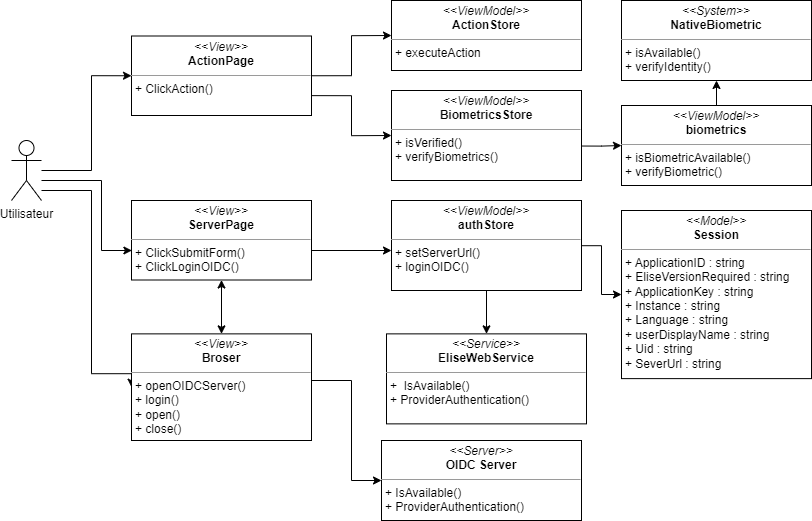
PFE-Neoledge-2023/rapport keeps this draw.io diagram as images_pfe/dcc_sprint5.png. Above is the earlier version. Source tidied: cells renumbered, new cells last; positions are measured from the earlier drawing's top-left corner, leaving out a move shared by most shapes.
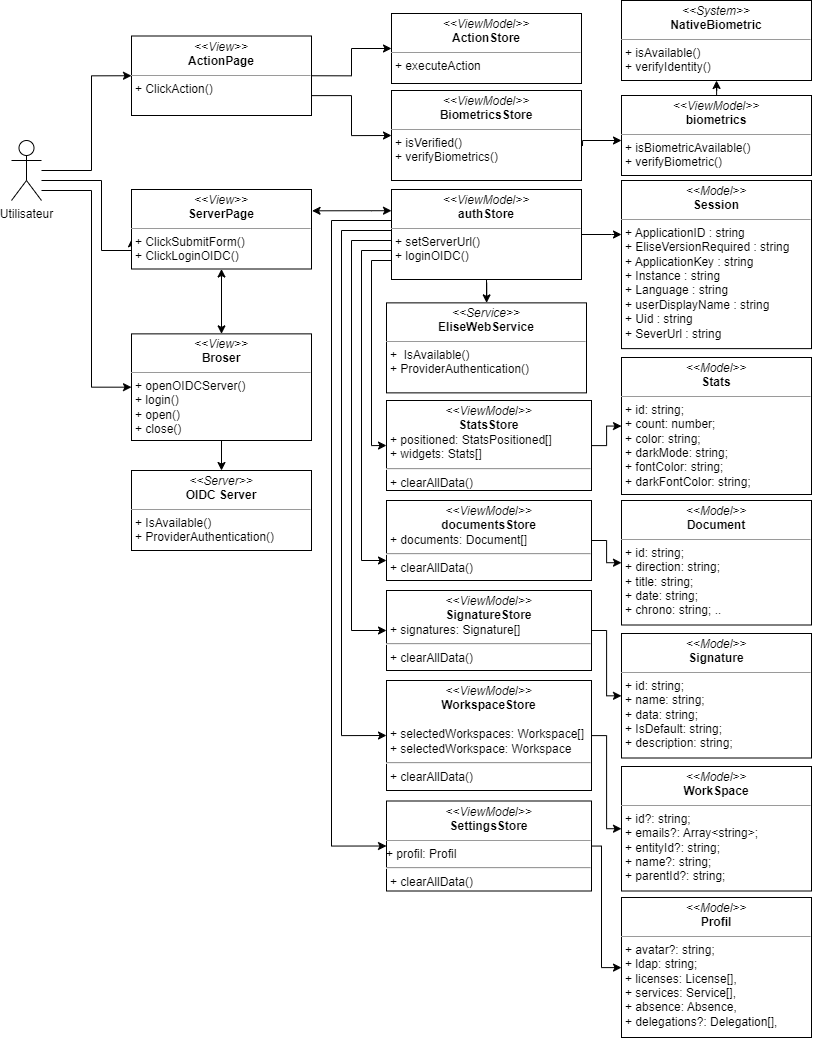
The same file after the commit.

The edit, as a diff of the source:
```diff
@@ -25,3 +25,3 @@
           <mxPoint x="80" y="190" />
-          <mxPoint x="80" y="373" />
+          <mxPoint x="80" y="387" />
         </Array>
@@ -32,6 +32,7 @@
     </mxCell>
-    <mxCell id="6" style="edgeStyle=orthogonalEdgeStyle;html=1;exitX=1;exitY=0.5;exitDx=0;exitDy=0;startArrow=none;startFill=0;endArrow=classic;endFill=1;rounded=0;" parent="1" edge="1" source="8" target="10">
+    <mxCell id="6" style="edgeStyle=orthogonalEdgeStyle;html=1;exitX=1.003;exitY=0.268;exitDx=0;exitDy=0;startArrow=classic;startFill=1;endArrow=classic;endFill=1;rounded=0;exitPerimeter=0;" parent="1" edge="1" source="8" target="10">
       <mxGeometry relative="1" as="geometry">
         <Array as="points">
-          <mxPoint x="300" y="250" />
+          <mxPoint x="360" y="210" />
+          <mxPoint x="360" y="210" />
         </Array>
@@ -43,12 +44,57 @@
     <mxCell id="8" value="&lt;p style=&quot;margin:0px;margin-top:4px;text-align:center;&quot;&gt;&lt;i&gt;&amp;lt;&amp;lt;View&amp;gt;&amp;gt;&lt;/i&gt;&lt;br&gt;&lt;b&gt;ServerPage&lt;/b&gt;&lt;/p&gt;&lt;hr style=&quot;border-color: var(--border-color);&quot; size=&quot;1&quot;&gt;&lt;p style=&quot;border-color: var(--border-color); margin: 0px 0px 0px 4px;&quot;&gt;+ ClickSubmitForm()&lt;br&gt;&lt;/p&gt;&lt;p style=&quot;border-color: var(--border-color); margin: 0px 0px 0px 4px;&quot;&gt;+ ClickLoginOIDC()&lt;/p&gt;&lt;p style=&quot;border-color: var(--border-color); margin: 0px 0px 0px 4px;&quot;&gt;&lt;br&gt;&lt;/p&gt;&lt;p style=&quot;border-color: var(--border-color); margin: 0px 0px 0px 4px;&quot;&gt;&lt;br&gt;&lt;/p&gt;" style="verticalAlign=top;align=left;overflow=fill;fontSize=12;fontFamily=Helvetica;html=1;whiteSpace=wrap;" parent="1" vertex="1">
-      <mxGeometry x="120" y="200" width="180" height="79.5" as="geometry" />
+      <mxGeometry x="120" y="189" width="180" height="79.5" as="geometry" />
     </mxCell>
     <mxCell id="9" style="edgeStyle=orthogonalEdgeStyle;rounded=0;jettySize=auto;html=1;startArrow=none;startFill=0;endArrow=classic;endFill=1;" parent="1" edge="1" source="10" target="11">
-      <mxGeometry relative="1" as="geometry" />
+      <mxGeometry relative="1" as="geometry">
+        <Array as="points">
+          <mxPoint x="600" y="234" />
+          <mxPoint x="600" y="234" />
+        </Array>
+      </mxGeometry>
     </mxCell>
+    <mxCell id="26" style="edgeStyle=orthogonalEdgeStyle;rounded=0;html=1;entryX=0;entryY=0.5;entryDx=0;entryDy=0;startArrow=none;startFill=0;endArrow=classic;endFill=1;" parent="1" edge="1" source="10" target="40">
+      <mxGeometry relative="1" as="geometry">
+        <Array as="points">
+          <mxPoint x="360" y="260" />
+          <mxPoint x="360" y="445" />
+        </Array>
+      </mxGeometry>
+    </mxCell>
+    <mxCell id="27" style="edgeStyle=orthogonalEdgeStyle;rounded=0;html=1;entryX=0;entryY=0.75;entryDx=0;entryDy=0;startArrow=none;startFill=0;endArrow=classic;endFill=1;" parent="1" edge="1" source="10" target="38">
+      <mxGeometry relative="1" as="geometry">
+        <Array as="points">
+          <mxPoint x="350" y="250" />
+          <mxPoint x="350" y="560" />
+        </Array>
+      </mxGeometry>
+    </mxCell>
+    <mxCell id="28" style="edgeStyle=orthogonalEdgeStyle;rounded=0;html=1;entryX=0;entryY=0.5;entryDx=0;entryDy=0;startArrow=none;startFill=0;endArrow=classic;endFill=1;" parent="1" edge="1" source="10" target="36">
+      <mxGeometry relative="1" as="geometry">
+        <Array as="points">
+          <mxPoint x="340" y="240" />
+          <mxPoint x="340" y="630" />
+        </Array>
+      </mxGeometry>
+    </mxCell>
+    <mxCell id="29" style="edgeStyle=orthogonalEdgeStyle;rounded=0;html=1;entryX=0;entryY=0.5;entryDx=0;entryDy=0;startArrow=none;startFill=0;endArrow=classic;endFill=1;" parent="1" edge="1" source="10" target="34">
+      <mxGeometry relative="1" as="geometry">
+        <Array as="points">
+          <mxPoint x="330" y="230" />
+          <mxPoint x="330" y="735" />
+        </Array>
+      </mxGeometry>
+    </mxCell>
+    <mxCell id="30" style="edgeStyle=orthogonalEdgeStyle;rounded=0;html=1;entryX=0;entryY=0.5;entryDx=0;entryDy=0;startArrow=none;startFill=0;endArrow=classic;endFill=1;" parent="1" edge="1" source="10" target="32">
+      <mxGeometry relative="1" as="geometry">
+        <Array as="points">
+          <mxPoint x="320" y="220" />
+          <mxPoint x="320" y="846" />
+        </Array>
+      </mxGeometry>
+    </mxCell>
     <mxCell id="10" value="&lt;p style=&quot;margin:0px;margin-top:4px;text-align:center;&quot;&gt;&lt;i&gt;&amp;lt;&amp;lt;ViewModel&amp;gt;&amp;gt;&lt;/i&gt;&lt;br&gt;&lt;b&gt;authStore&lt;/b&gt;&lt;/p&gt;&lt;hr size=&quot;1&quot;&gt;&lt;p style=&quot;margin:0px;margin-left:4px;&quot;&gt;&lt;/p&gt;&lt;p style=&quot;margin:0px;margin-left:4px;&quot;&gt;+ setServerUrl()&lt;/p&gt;&lt;p style=&quot;margin:0px;margin-left:4px;&quot;&gt;+ loginOIDC()&lt;/p&gt;" style="verticalAlign=top;align=left;overflow=fill;fontSize=12;fontFamily=Helvetica;html=1;whiteSpace=wrap;" parent="1" vertex="1">
-      <mxGeometry x="380" y="200" width="190" height="90" as="geometry" />
+      <mxGeometry x="380" y="189" width="190" height="90" as="geometry" />
     </mxCell>
     <mxCell id="11" value="&lt;p style=&quot;margin:0px;margin-top:4px;text-align:center;&quot;&gt;&lt;i&gt;&amp;lt;&amp;lt;Model&amp;gt;&amp;gt;&lt;/i&gt;&lt;br&gt;&lt;b&gt;Session&lt;/b&gt;&lt;/p&gt;&lt;hr size=&quot;1&quot;&gt;&lt;p style=&quot;margin:0px;margin-left:4px;&quot;&gt;+ ApplicationID : string&amp;nbsp;&lt;/p&gt;&lt;p style=&quot;margin:0px;margin-left:4px;&quot;&gt;+ EliseVersionRequired : string&lt;/p&gt;&lt;p style=&quot;margin:0px;margin-left:4px;&quot;&gt;+ ApplicationKey : string&lt;/p&gt;&lt;p style=&quot;margin:0px;margin-left:4px;&quot;&gt;+ Instance : string&lt;/p&gt;&lt;p style=&quot;margin:0px;margin-left:4px;&quot;&gt;+ Language : string&lt;/p&gt;&lt;p style=&quot;margin:0px;margin-left:4px;&quot;&gt;+ userDisplayName : string&lt;/p&gt;&lt;p style=&quot;margin:0px;margin-left:4px;&quot;&gt;+ Uid : string&lt;/p&gt;&lt;p style=&quot;margin:0px;margin-left:4px;&quot;&gt;+ SeverUrl : string&amp;nbsp;&amp;nbsp;&lt;/p&gt;&lt;p style=&quot;margin:0px;margin-left:4px;&quot;&gt;&lt;br&gt;&lt;/p&gt;" style="verticalAlign=top;align=left;overflow=fill;fontSize=12;fontFamily=Helvetica;html=1;whiteSpace=wrap;" parent="1" vertex="1">
-      <mxGeometry x="610" y="210" width="190" height="168.1" as="geometry" />
+      <mxGeometry x="610" y="180" width="190" height="168.1" as="geometry" />
     </mxCell>
@@ -58,3 +104,3 @@
     <mxCell id="13" value="&lt;p style=&quot;margin:0px;margin-top:4px;text-align:center;&quot;&gt;&lt;i&gt;&amp;lt;&amp;lt;Service&amp;gt;&amp;gt;&lt;/i&gt;&lt;br&gt;&lt;b&gt;EliseWebService&lt;/b&gt;&lt;/p&gt;&lt;hr size=&quot;1&quot;&gt;&lt;p style=&quot;margin:0px;margin-left:4px;&quot;&gt;&lt;/p&gt;&lt;p style=&quot;margin:0px;margin-left:4px;&quot;&gt;+&amp;nbsp; IsAvailable()&lt;/p&gt;&lt;p style=&quot;margin:0px;margin-left:4px;&quot;&gt;+ ProviderAuthentication()&lt;/p&gt;" style="verticalAlign=top;align=left;overflow=fill;fontSize=12;fontFamily=Helvetica;html=1;whiteSpace=wrap;" parent="1" vertex="1">
-      <mxGeometry x="375" y="333.4" width="200" height="90" as="geometry" />
+      <mxGeometry x="375" y="302.4" width="200" height="90" as="geometry" />
     </mxCell>
@@ -70,6 +116,10 @@
     <mxCell id="17" value="&lt;p style=&quot;margin:0px;margin-top:4px;text-align:center;&quot;&gt;&lt;i&gt;&amp;lt;&amp;lt;ViewModel&amp;gt;&amp;gt;&lt;/i&gt;&lt;br&gt;&lt;b&gt;ActionStore&lt;/b&gt;&lt;/p&gt;&lt;hr size=&quot;1&quot;&gt;&lt;p style=&quot;margin:0px;margin-left:4px;&quot;&gt;&lt;/p&gt;&lt;p style=&quot;margin:0px;margin-left:4px;&quot;&gt;+ executeAction&lt;/p&gt;" style="verticalAlign=top;align=left;overflow=fill;fontSize=12;fontFamily=Helvetica;html=1;whiteSpace=wrap;" parent="1" vertex="1">
-      <mxGeometry x="380" width="190" height="70" as="geometry" />
+      <mxGeometry x="380" y="13" width="190" height="70" as="geometry" />
     </mxCell>
-    <mxCell id="18" style="edgeStyle=orthogonalEdgeStyle;rounded=0;html=1;entryX=0;entryY=0.5;entryDx=0;entryDy=0;exitX=1.005;exitY=0.617;exitDx=0;exitDy=0;exitPerimeter=0;" parent="1" edge="1" source="19" target="21">
-      <mxGeometry relative="1" as="geometry" />
+    <mxCell id="18" style="edgeStyle=orthogonalEdgeStyle;rounded=0;html=1;exitX=1.005;exitY=0.617;exitDx=0;exitDy=0;exitPerimeter=0;" parent="1" edge="1" source="19" target="21">
+      <mxGeometry relative="1" as="geometry">
+        <Array as="points">
+          <mxPoint x="571" y="140" />
+        </Array>
+      </mxGeometry>
     </mxCell>
@@ -82,3 +132,3 @@
     <mxCell id="21" value="&lt;p style=&quot;margin:0px;margin-top:4px;text-align:center;&quot;&gt;&lt;i&gt;&amp;lt;&amp;lt;ViewModel&amp;gt;&amp;gt;&lt;/i&gt;&lt;br&gt;&lt;b&gt;biometrics&lt;/b&gt;&lt;/p&gt;&lt;hr size=&quot;1&quot;&gt;&lt;p style=&quot;margin:0px;margin-left:4px;&quot;&gt;&lt;/p&gt;&lt;p style=&quot;margin:0px;margin-left:4px;&quot;&gt;+ isBiometricAvailable()&lt;br&gt;&lt;/p&gt;&lt;p style=&quot;margin:0px;margin-left:4px;&quot;&gt;+ verifyBiometric()&lt;/p&gt;" style="verticalAlign=top;align=left;overflow=fill;fontSize=12;fontFamily=Helvetica;html=1;whiteSpace=wrap;" parent="1" vertex="1">
-      <mxGeometry x="610" y="105" width="190" height="80" as="geometry" />
+      <mxGeometry x="610" y="95" width="190" height="80" as="geometry" />
     </mxCell>
@@ -87,9 +137,4 @@
     </mxCell>
-    <mxCell id="23" style="edgeStyle=orthogonalEdgeStyle;rounded=0;html=1;entryX=0;entryY=0.5;entryDx=0;entryDy=0;" parent="1" edge="1" source="24" target="25">
-      <mxGeometry relative="1" as="geometry">
-        <Array as="points">
-          <mxPoint x="340" y="380" />
-          <mxPoint x="340" y="480" />
-        </Array>
-      </mxGeometry>
+    <mxCell id="23" style="edgeStyle=orthogonalEdgeStyle;rounded=0;html=1;" parent="1" edge="1" source="24" target="25">
+      <mxGeometry relative="1" as="geometry" />
     </mxCell>
@@ -99,4 +144,54 @@
     <mxCell id="25" value="&lt;p style=&quot;margin:0px;margin-top:4px;text-align:center;&quot;&gt;&lt;i&gt;&amp;lt;&amp;lt;Server&amp;gt;&amp;gt;&lt;/i&gt;&lt;br&gt;&lt;b&gt;OIDC Server&lt;/b&gt;&lt;/p&gt;&lt;hr size=&quot;1&quot;&gt;&lt;p style=&quot;margin:0px;margin-left:4px;&quot;&gt;&lt;/p&gt;&lt;p style=&quot;margin:0px;margin-left:4px;&quot;&gt;+ IsAvailable()&lt;/p&gt;&lt;p style=&quot;margin:0px;margin-left:4px;&quot;&gt;+ ProviderAuthentication()&lt;/p&gt;" style="verticalAlign=top;align=left;overflow=fill;fontSize=12;fontFamily=Helvetica;html=1;whiteSpace=wrap;" parent="1" vertex="1">
-      <mxGeometry x="370" y="440" width="200" height="80" as="geometry" />
+      <mxGeometry x="120" y="470" width="180" height="80" as="geometry" />
     </mxCell>
+    <mxCell id="31" style="edgeStyle=orthogonalEdgeStyle;rounded=0;html=1;startArrow=none;startFill=0;endArrow=classic;endFill=1;" parent="1" edge="1" source="32" target="41">
+      <mxGeometry relative="1" as="geometry">
+        <Array as="points">
+          <mxPoint x="590" y="846" />
+          <mxPoint x="590" y="967" />
+        </Array>
+      </mxGeometry>
+    </mxCell>
+    <mxCell id="32" value="&lt;p style=&quot;margin:0px;margin-top:4px;text-align:center;&quot;&gt;&lt;i&gt;&amp;lt;&amp;lt;ViewModel&amp;gt;&amp;gt;&lt;/i&gt;&lt;br&gt;&lt;b&gt;SettingsStore&lt;/b&gt;&lt;/p&gt;&lt;hr size=&quot;1&quot;&gt;+ profil: Profil&lt;hr&gt;&lt;p style=&quot;margin:0px;margin-left:4px;&quot;&gt;&lt;/p&gt;&lt;p style=&quot;margin:0px;margin-left:4px;&quot;&gt;&lt;span style=&quot;background-color: initial;&quot;&gt;+ clearAllData()&lt;/span&gt;&lt;br&gt;&lt;/p&gt;" style="verticalAlign=top;align=left;overflow=fill;fontSize=12;fontFamily=Helvetica;html=1;whiteSpace=wrap;" parent="1" vertex="1">
+      <mxGeometry x="375" y="800.5" width="205" height="90" as="geometry" />
+    </mxCell>
+    <mxCell id="33" style="edgeStyle=orthogonalEdgeStyle;rounded=0;html=1;startArrow=none;startFill=0;endArrow=classic;endFill=1;" parent="1" edge="1" source="34" target="42">
+      <mxGeometry relative="1" as="geometry" />
+    </mxCell>
+    <mxCell id="34" value="&lt;p style=&quot;margin:0px;margin-top:4px;text-align:center;&quot;&gt;&lt;i&gt;&amp;lt;&amp;lt;ViewModel&amp;gt;&amp;gt;&lt;/i&gt;&lt;br&gt;&lt;b&gt;WorkspaceStore&lt;/b&gt;&lt;br&gt;&lt;/p&gt;&lt;p style=&quot;margin:0px;margin-left:4px;&quot;&gt;&lt;br&gt;&lt;/p&gt;&lt;p style=&quot;margin:0px;margin-left:4px;&quot;&gt;+ selectedWorkspaces: Workspace[]&lt;/p&gt;&lt;p style=&quot;margin:0px;margin-left:4px;&quot;&gt;+ selectedWorkspace: Workspace&lt;/p&gt;&lt;p style=&quot;margin:0px;margin-left:4px;&quot;&gt;&lt;/p&gt;&lt;hr&gt;&lt;p style=&quot;margin:0px;margin-left:4px;&quot;&gt;&lt;span style=&quot;background-color: initial;&quot;&gt;+ clearAllData()&lt;/span&gt;&lt;br&gt;&lt;/p&gt;" style="verticalAlign=top;align=left;overflow=fill;fontSize=12;fontFamily=Helvetica;html=1;whiteSpace=wrap;" parent="1" vertex="1">
+      <mxGeometry x="375" y="680" width="205" height="110" as="geometry" />
+    </mxCell>
+    <mxCell id="35" style="edgeStyle=orthogonalEdgeStyle;rounded=0;html=1;startArrow=none;startFill=0;endArrow=classic;endFill=1;" parent="1" edge="1" source="36" target="44">
+      <mxGeometry relative="1" as="geometry" />
+    </mxCell>
+    <mxCell id="36" value="&lt;p style=&quot;margin:0px;margin-top:4px;text-align:center;&quot;&gt;&lt;i&gt;&amp;lt;&amp;lt;ViewModel&amp;gt;&amp;gt;&lt;/i&gt;&lt;br&gt;&lt;b&gt;SignatureStore&lt;/b&gt;&lt;/p&gt;&lt;p style=&quot;margin:0px;margin-left:4px;&quot;&gt;+ signatures: Signature[]&lt;/p&gt;&lt;p style=&quot;margin:0px;margin-left:4px;&quot;&gt;&lt;/p&gt;&lt;hr&gt;&lt;p style=&quot;margin:0px;margin-left:4px;&quot;&gt;&lt;span style=&quot;background-color: initial;&quot;&gt;+ clearAllData()&lt;/span&gt;&lt;br&gt;&lt;/p&gt;" style="verticalAlign=top;align=left;overflow=fill;fontSize=12;fontFamily=Helvetica;html=1;whiteSpace=wrap;" parent="1" vertex="1">
+      <mxGeometry x="375" y="590" width="205" height="80" as="geometry" />
+    </mxCell>
+    <mxCell id="37" style="edgeStyle=orthogonalEdgeStyle;rounded=0;html=1;startArrow=none;startFill=0;endArrow=classic;endFill=1;" parent="1" edge="1" source="38" target="45">
+      <mxGeometry relative="1" as="geometry" />
+    </mxCell>
+    <mxCell id="38" value="&lt;p style=&quot;margin:0px;margin-top:4px;text-align:center;&quot;&gt;&lt;i&gt;&amp;lt;&amp;lt;ViewModel&amp;gt;&amp;gt;&lt;/i&gt;&lt;br&gt;&lt;b&gt;documentsStore&lt;/b&gt;&lt;/p&gt;&lt;p style=&quot;margin:0px;margin-left:4px;&quot;&gt;+ documents: Document[]&lt;/p&gt;&lt;p style=&quot;margin:0px;margin-left:4px;&quot;&gt;&lt;/p&gt;&lt;hr&gt;&lt;p style=&quot;margin:0px;margin-left:4px;&quot;&gt;&lt;span style=&quot;background-color: initial;&quot;&gt;+ clearAllData()&lt;/span&gt;&lt;br&gt;&lt;/p&gt;" style="verticalAlign=top;align=left;overflow=fill;fontSize=12;fontFamily=Helvetica;html=1;whiteSpace=wrap;" parent="1" vertex="1">
+      <mxGeometry x="375" y="500" width="205" height="80" as="geometry" />
+    </mxCell>
+    <mxCell id="39" style="edgeStyle=orthogonalEdgeStyle;rounded=0;html=1;startArrow=none;startFill=0;endArrow=classic;endFill=1;" parent="1" edge="1" source="40" target="43">
+      <mxGeometry relative="1" as="geometry" />
+    </mxCell>
+    <mxCell id="40" value="&lt;p style=&quot;margin:0px;margin-top:4px;text-align:center;&quot;&gt;&lt;i&gt;&amp;lt;&amp;lt;ViewModel&amp;gt;&amp;gt;&lt;/i&gt;&lt;br&gt;&lt;b&gt;StatsStore&lt;/b&gt;&lt;/p&gt;&lt;p style=&quot;margin:0px;margin-left:4px;&quot;&gt;+ positioned: StatsPositioned[]&lt;/p&gt;&lt;p style=&quot;margin:0px;margin-left:4px;&quot;&gt;+ widgets:&amp;nbsp;Stats[]&lt;/p&gt;&lt;p style=&quot;margin:0px;margin-left:4px;&quot;&gt;&lt;/p&gt;&lt;hr&gt;&lt;p style=&quot;margin:0px;margin-left:4px;&quot;&gt;&lt;span style=&quot;background-color: initial;&quot;&gt;+ clearAllData()&lt;/span&gt;&lt;br&gt;&lt;/p&gt;" style="verticalAlign=top;align=left;overflow=fill;fontSize=12;fontFamily=Helvetica;html=1;whiteSpace=wrap;" parent="1" vertex="1">
+      <mxGeometry x="375" y="400" width="205" height="90" as="geometry" />
+    </mxCell>
+    <mxCell id="41" value="&lt;p style=&quot;margin:0px;margin-top:4px;text-align:center;&quot;&gt;&lt;i&gt;&amp;lt;&amp;lt;Model&amp;gt;&amp;gt;&lt;/i&gt;&lt;br&gt;&lt;b&gt;Profil&lt;/b&gt;&lt;/p&gt;&lt;hr size=&quot;1&quot;&gt;&lt;p style=&quot;margin:0px;margin-left:4px;&quot;&gt;+ avatar?: string;&lt;/p&gt;&lt;p style=&quot;margin:0px;margin-left:4px;&quot;&gt;+ ldap: string;&lt;/p&gt;&lt;p style=&quot;margin:0px;margin-left:4px;&quot;&gt;+ licenses: License[],&lt;/p&gt;&lt;p style=&quot;margin:0px;margin-left:4px;&quot;&gt;+ services: Service[],&lt;/p&gt;&lt;p style=&quot;margin:0px;margin-left:4px;&quot;&gt;+ absence: Absence,&lt;/p&gt;&lt;p style=&quot;margin:0px;margin-left:4px;&quot;&gt;+ delegations?: Delegation[],&lt;/p&gt;&lt;p style=&quot;margin:0px;margin-left:4px;&quot;&gt;&lt;br&gt;&lt;/p&gt;" style="verticalAlign=top;align=left;overflow=fill;fontSize=12;fontFamily=Helvetica;html=1;whiteSpace=wrap;" parent="1" vertex="1">
+      <mxGeometry x="610" y="897" width="190" height="140" as="geometry" />
+    </mxCell>
+    <mxCell id="42" value="&lt;p style=&quot;margin:0px;margin-top:4px;text-align:center;&quot;&gt;&lt;i&gt;&amp;lt;&amp;lt;Model&amp;gt;&amp;gt;&lt;/i&gt;&lt;br&gt;&lt;b&gt;WorkSpace&lt;/b&gt;&lt;br&gt;&lt;/p&gt;&lt;hr size=&quot;1&quot;&gt;&lt;p style=&quot;margin:0px;margin-left:4px;&quot;&gt;&lt;/p&gt;&lt;p style=&quot;margin: 0px 0px 0px 4px;&quot;&gt;+ id?: string;&lt;/p&gt;&lt;p style=&quot;margin:0px;margin-left:4px;&quot;&gt;+ emails?: Array&amp;lt;string&amp;gt;;&lt;/p&gt;&lt;p style=&quot;margin:0px;margin-left:4px;&quot;&gt;+ entityId?: string;&lt;/p&gt;&lt;p style=&quot;margin:0px;margin-left:4px;&quot;&gt;&lt;span style=&quot;background-color: initial;&quot;&gt;+ name?: string;&lt;/span&gt;&lt;br&gt;&lt;/p&gt;&lt;p style=&quot;margin:0px;margin-left:4px;&quot;&gt;+ parentId?: string;&lt;/p&gt;" style="verticalAlign=top;align=left;overflow=fill;fontSize=12;fontFamily=Helvetica;html=1;whiteSpace=wrap;" parent="1" vertex="1">
+      <mxGeometry x="610" y="766" width="190" height="124.5" as="geometry" />
+    </mxCell>
+    <mxCell id="43" value="&lt;p style=&quot;margin:0px;margin-top:4px;text-align:center;&quot;&gt;&lt;i&gt;&amp;lt;&amp;lt;Model&amp;gt;&amp;gt;&lt;/i&gt;&lt;br&gt;&lt;b&gt;Stats&lt;/b&gt;&lt;/p&gt;&lt;hr size=&quot;1&quot;&gt;&lt;p style=&quot;margin:0px;margin-left:4px;&quot;&gt;&lt;/p&gt;&lt;p style=&quot;margin: 0px 0px 0px 4px;&quot;&gt;+ id: string;&lt;/p&gt;&lt;p style=&quot;margin:0px;margin-left:4px;&quot;&gt;+ count: number;&lt;/p&gt;&lt;p style=&quot;margin:0px;margin-left:4px;&quot;&gt;+ color: string;&lt;/p&gt;&lt;p style=&quot;margin:0px;margin-left:4px;&quot;&gt;&lt;span style=&quot;background-color: initial;&quot;&gt;+ darkMode: string;&lt;/span&gt;&lt;br&gt;&lt;/p&gt;&lt;p style=&quot;margin:0px;margin-left:4px;&quot;&gt;+ fontColor: string;&lt;/p&gt;&lt;p style=&quot;margin:0px;margin-left:4px;&quot;&gt;+ darkFontColor: string;&lt;/p&gt;" style="verticalAlign=top;align=left;overflow=fill;fontSize=12;fontFamily=Helvetica;html=1;whiteSpace=wrap;" parent="1" vertex="1">
+      <mxGeometry x="610" y="357" width="190" height="137" as="geometry" />
+    </mxCell>
+    <mxCell id="44" value="&lt;p style=&quot;margin:0px;margin-top:4px;text-align:center;&quot;&gt;&lt;i&gt;&amp;lt;&amp;lt;Model&amp;gt;&amp;gt;&lt;/i&gt;&lt;br&gt;&lt;b&gt;Signature&lt;/b&gt;&lt;br&gt;&lt;/p&gt;&lt;hr size=&quot;1&quot;&gt;&lt;p style=&quot;margin:0px;margin-left:4px;&quot;&gt;&lt;/p&gt;&lt;p style=&quot;margin: 0px 0px 0px 4px;&quot;&gt;+ id: string;&lt;/p&gt;&lt;p style=&quot;margin:0px;margin-left:4px;&quot;&gt;+ name: string;&lt;/p&gt;&lt;p style=&quot;margin:0px;margin-left:4px;&quot;&gt;+ data: string;&lt;/p&gt;&lt;p style=&quot;margin:0px;margin-left:4px;&quot;&gt;&lt;span style=&quot;background-color: initial;&quot;&gt;+ IsDefault: string;&lt;/span&gt;&lt;br&gt;&lt;/p&gt;&lt;p style=&quot;margin:0px;margin-left:4px;&quot;&gt;+ description: string;&lt;/p&gt;" style="verticalAlign=top;align=left;overflow=fill;fontSize=12;fontFamily=Helvetica;html=1;whiteSpace=wrap;" parent="1" vertex="1">
+      <mxGeometry x="610" y="633" width="190" height="124.5" as="geometry" />
+    </mxCell>
+    <mxCell id="45" value="&lt;p style=&quot;margin:0px;margin-top:4px;text-align:center;&quot;&gt;&lt;i&gt;&amp;lt;&amp;lt;Model&amp;gt;&amp;gt;&lt;/i&gt;&lt;br&gt;&lt;b&gt;Document&lt;/b&gt;&lt;/p&gt;&lt;hr size=&quot;1&quot;&gt;&lt;p style=&quot;margin:0px;margin-left:4px;&quot;&gt;&lt;/p&gt;&lt;p style=&quot;margin: 0px 0px 0px 4px;&quot;&gt;+ id: string;&lt;/p&gt;&lt;p style=&quot;margin:0px;margin-left:4px;&quot;&gt;+ direction: string;&lt;/p&gt;&lt;p style=&quot;margin:0px;margin-left:4px;&quot;&gt;+ title: string;&lt;/p&gt;&lt;p style=&quot;margin:0px;margin-left:4px;&quot;&gt;&lt;span style=&quot;background-color: initial;&quot;&gt;+ date: string;&lt;/span&gt;&lt;br&gt;&lt;/p&gt;&lt;p style=&quot;margin:0px;margin-left:4px;&quot;&gt;+ chrono: string; ..&lt;/p&gt;" style="verticalAlign=top;align=left;overflow=fill;fontSize=12;fontFamily=Helvetica;html=1;whiteSpace=wrap;" parent="1" vertex="1">
+      <mxGeometry x="610" y="500" width="190" height="124.5" as="geometry" />
+    </mxCell>
   </root>
```
